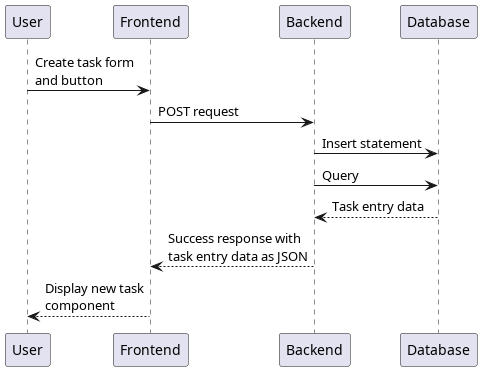
The PlantUML diagram docs/out/docs/Sequences/Create new task.png in Toby-Rea/planner, before a commit.
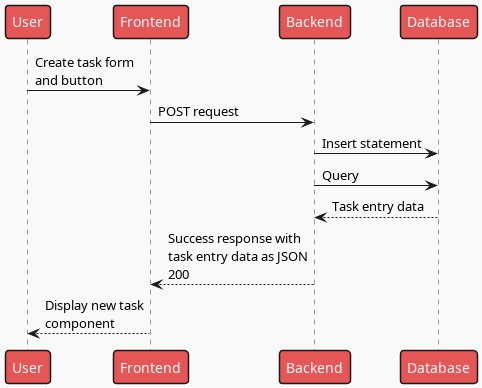
The same file after the commit.

What changed in the source:
```diff
@@ -1,4 +1,5 @@
 @startuml Create new task
+!theme mars
 participant User as u
 participant Frontend as fe
 participant Backend as be
@@ -9,6 +10,6 @@
 be -> db: Insert statement
 be -> db: Query
 be <-- db: Task entry data
-fe <-- be: Success response with\ntask entry data as JSON
+fe <-- be: Success response with\ntask entry data as JSON\n200
 u <-- fe: Display new task\ncomponent
 @enduml
```
